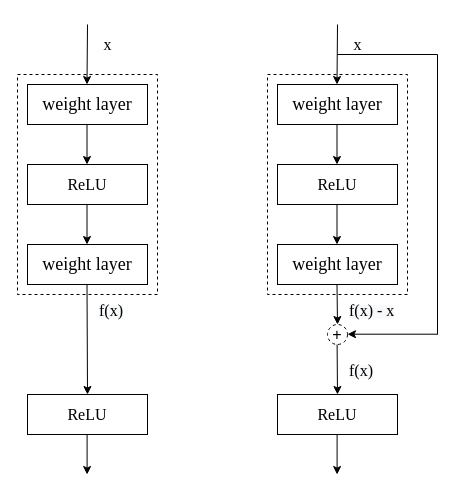
zjie134/blog_pic keeps this draw.io diagram as plain and resnet.drawio. Above is the earlier version. Source tidied: cells renumbered, new cells numbered last; positions are measured from the earlier drawing's top-left corner, leaving out a move shared by most shapes. Both pictures are drawn from the tidied source at 100%, with x=0, y=0 at pixel (17, 24).
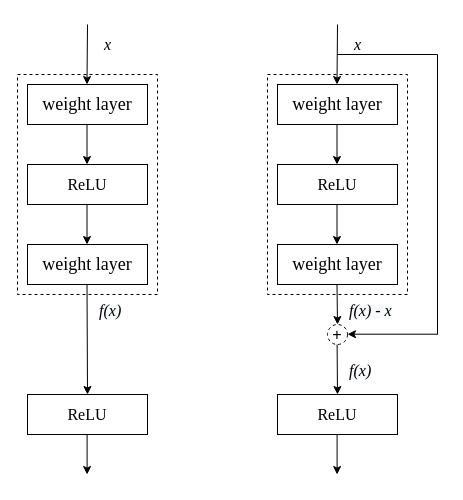
The same page after the edit.

Change to the diagram source:
```diff
@@
-    <mxCell id="11" value="&lt;font face=&quot;Times New Roman&quot; style=&quot;font-size: 16px&quot;&gt;x&lt;/font&gt;" style="text;html=1;align=center;verticalAlign=middle;fillColor=none;strokeColor=none;rounded=0;" parent="1" vertex="1">
+    <mxCell id="11" value="&lt;font face=&quot;Times New Roman&quot; style=&quot;font-size: 16px&quot;&gt;&lt;i&gt;x&lt;/i&gt;&lt;/font&gt;" style="text;html=1;align=center;verticalAlign=middle;fillColor=none;strokeColor=none;rounded=0;" parent="1" vertex="1">
       <mxGeometry x="80" y="10" width="20" height="20" as="geometry" />
     </mxCell>
@@
-    <mxCell id="13" value="&lt;span style=&quot;color: rgb(0 , 0 , 0) ; font-style: normal ; font-weight: 400 ; letter-spacing: normal ; text-align: center ; text-indent: 0px ; text-transform: none ; word-spacing: 0px ; background-color: rgb(248 , 249 , 250) ; display: inline ; float: none&quot;&gt;&lt;font face=&quot;Times New Roman&quot; style=&quot;font-size: 16px&quot;&gt;f(x)&lt;/font&gt;&lt;/span&gt;" style="text;whiteSpace=wrap;html=1;" parent="1" vertex="1">
+    <mxCell id="13" value="&lt;span style=&quot;color: rgb(0 , 0 , 0) ; font-weight: 400 ; letter-spacing: normal ; text-align: center ; text-indent: 0px ; text-transform: none ; word-spacing: 0px ; background-color: rgb(248 , 249 , 250) ; display: inline ; float: none&quot;&gt;&lt;font face=&quot;Times New Roman&quot; style=&quot;font-size: 16px&quot;&gt;&lt;i&gt;f(x)&lt;/i&gt;&lt;/font&gt;&lt;/span&gt;" style="text;whiteSpace=wrap;html=1;" parent="1" vertex="1">
       <mxGeometry x="80" y="270" width="30" height="30" as="geometry" />
     </mxCell>
@@
-    <mxCell id="23" value="&lt;font face=&quot;Times New Roman&quot; style=&quot;font-size: 16px&quot;&gt;x&lt;/font&gt;" style="text;html=1;align=center;verticalAlign=middle;fillColor=none;strokeColor=none;rounded=0;" parent="1" vertex="1">
+    <mxCell id="23" value="&lt;font face=&quot;Times New Roman&quot; style=&quot;font-size: 16px&quot;&gt;&lt;i&gt;x&lt;/i&gt;&lt;/font&gt;" style="text;html=1;align=center;verticalAlign=middle;fillColor=none;strokeColor=none;rounded=0;" parent="1" vertex="1">
       <mxGeometry x="330" y="10" width="20" height="20" as="geometry" />
     </mxCell>
@@
-    <mxCell id="25" value="&lt;span style=&quot;color: rgb(0 , 0 , 0) ; font-style: normal ; font-weight: 400 ; letter-spacing: normal ; text-align: center ; text-indent: 0px ; text-transform: none ; word-spacing: 0px ; background-color: rgb(248 , 249 , 250) ; display: inline ; float: none&quot;&gt;&lt;font face=&quot;Times New Roman&quot; style=&quot;font-size: 16px&quot;&gt;f(x) - x&lt;/font&gt;&lt;/span&gt;" style="text;whiteSpace=wrap;html=1;" parent="1" vertex="1">
+    <mxCell id="25" value="&lt;span style=&quot;color: rgb(0 , 0 , 0) ; font-weight: 400 ; letter-spacing: normal ; text-align: center ; text-indent: 0px ; text-transform: none ; word-spacing: 0px ; background-color: rgb(248 , 249 , 250) ; display: inline ; float: none&quot;&gt;&lt;font face=&quot;Times New Roman&quot; style=&quot;font-size: 16px&quot;&gt;&lt;i&gt;f(x) - x&lt;/i&gt;&lt;/font&gt;&lt;/span&gt;" style="text;whiteSpace=wrap;html=1;" parent="1" vertex="1">
       <mxGeometry x="330" y="270" width="50" height="30" as="geometry" />
     </mxCell>
@@
-    <mxCell id="31" value="&lt;span style=&quot;color: rgb(0 , 0 , 0) ; font-style: normal ; font-weight: 400 ; letter-spacing: normal ; text-align: center ; text-indent: 0px ; text-transform: none ; word-spacing: 0px ; background-color: rgb(248 , 249 , 250) ; display: inline ; float: none&quot;&gt;&lt;font face=&quot;Times New Roman&quot; style=&quot;font-size: 16px&quot;&gt;f(x)&lt;/font&gt;&lt;/span&gt;" style="text;whiteSpace=wrap;html=1;" parent="1" vertex="1">
+    <mxCell id="31" value="&lt;span style=&quot;color: rgb(0 , 0 , 0) ; font-weight: 400 ; letter-spacing: normal ; text-align: center ; text-indent: 0px ; text-transform: none ; word-spacing: 0px ; background-color: rgb(248 , 249 , 250) ; display: inline ; float: none&quot;&gt;&lt;font face=&quot;Times New Roman&quot; style=&quot;font-size: 16px&quot;&gt;&lt;i&gt;f(x)&lt;/i&gt;&lt;/font&gt;&lt;/span&gt;" style="text;whiteSpace=wrap;html=1;" parent="1" vertex="1">
       <mxGeometry x="330" y="330" width="30" height="30" as="geometry" />
     </mxCell>
```
